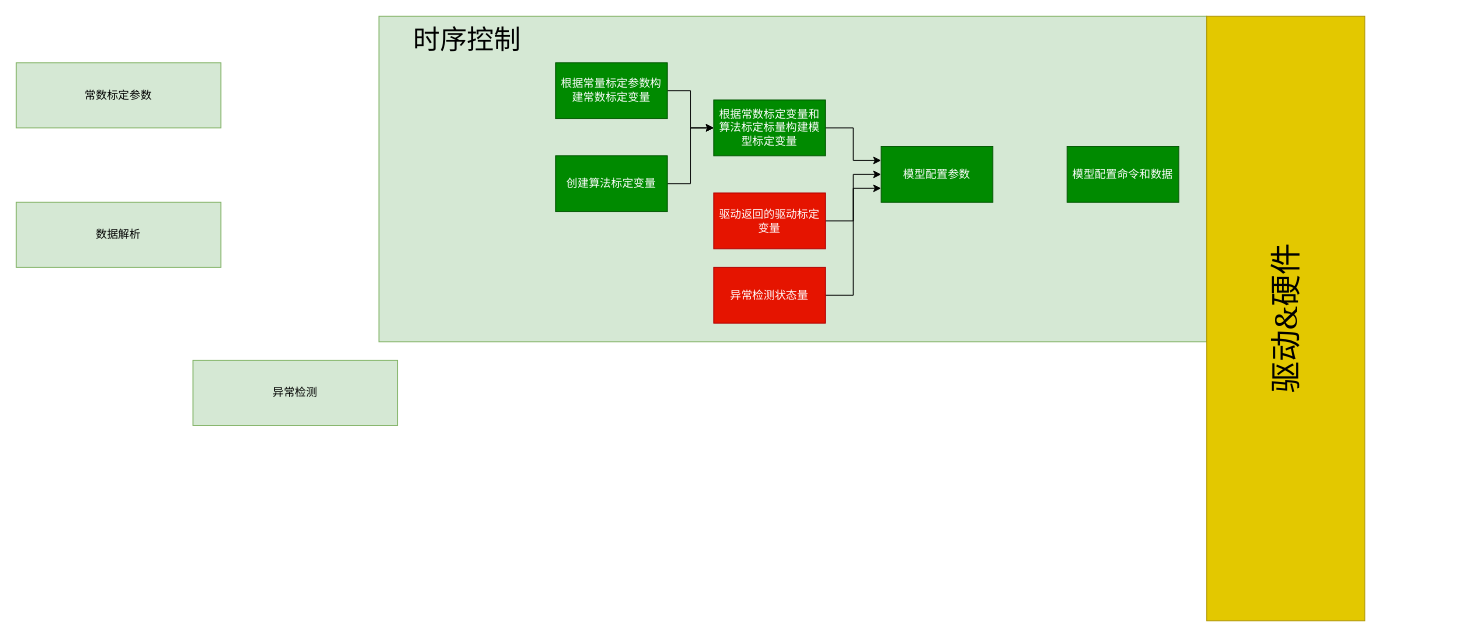
Above: YDU2.0/超声波底层模型APAC模型.drawio in bugquella/diagrams (draw.io), before the change. Source tidied: cells renumbered, new cells numbered last; positions are measured from the earlier drawing's top-left corner, leaving out a move shared by most shapes. Both pictures are drawn from the tidied source at 93%, with x=0, y=0 at pixel (16, 16).
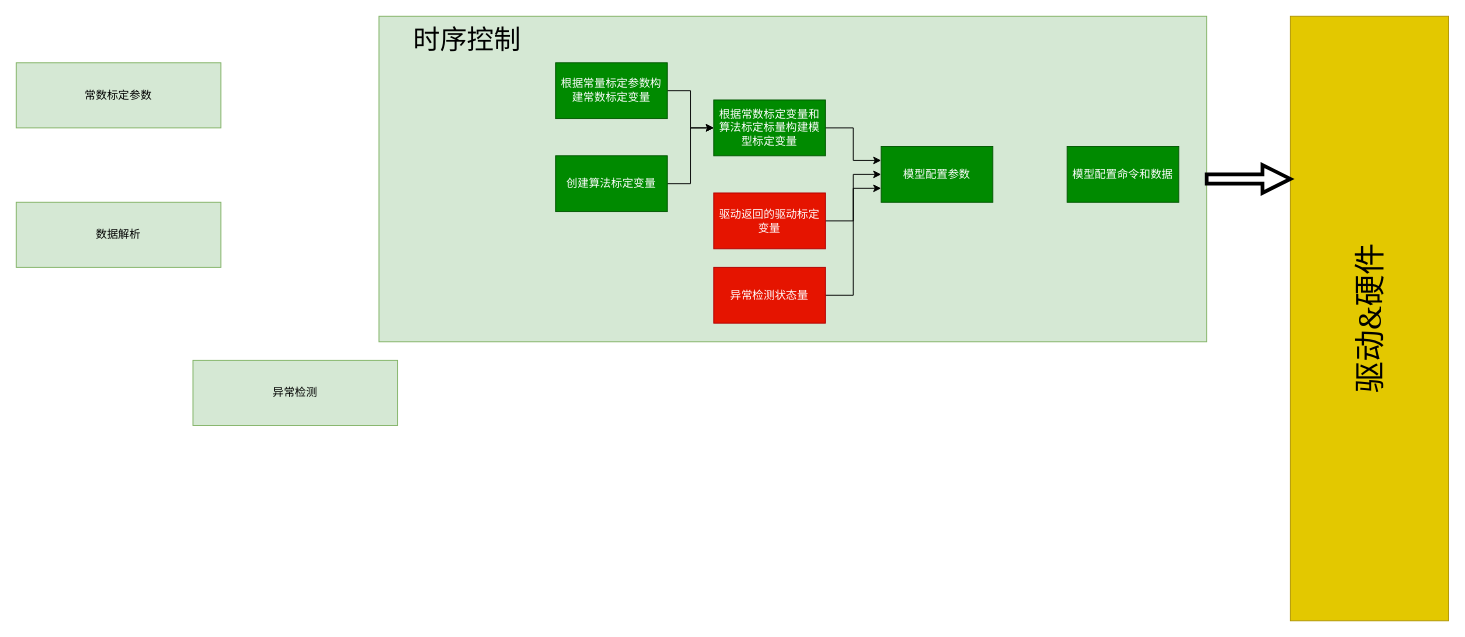
The same diagram, later.

Commit message (it also covers changes not shown here):
更新超声波底层模型APAC模型.drawio

Unchanged cells that the change refers to:
```xml
<mxCell id="2" style="rounded=0;whiteSpace=wrap;html=1;fillColor=#d5e8d4;strokeColor=#82b366;horizontal=1;" parent="1" vertex="1">
  <mxGeometry x="390" width="890" height="350" as="geometry" />
</mxCell>
```

What changed in the source:
```diff
@@
     <mxCell id="18" value="&lt;font face=&quot;Georgia&quot;&gt;驱动&amp;amp;硬件&lt;/font&gt;" style="rounded=0;whiteSpace=wrap;html=1;fillColor=#e3c800;fontColor=#000000;strokeColor=#B09500;fontSize=34;horizontal=0;" parent="1" vertex="1">
-      <mxGeometry x="1280" width="170" height="650" as="geometry" />
+      <mxGeometry x="1370" width="170" height="650" as="geometry" />
     </mxCell>
@@
+    <mxCell id="20" style="endArrow=classic;html=1;rounded=1;fontFamily=Georgia;fontSize=29;exitX=1;exitY=0.5;exitDx=0;exitDy=0;entryX=0;entryY=0.269;entryDx=0;entryDy=0;entryPerimeter=0;strokeWidth=4;shape=arrow;" parent="1" edge="1" source="2" target="18">
+      <mxGeometry relative="1" as="geometry" />
+    </mxCell>
```
